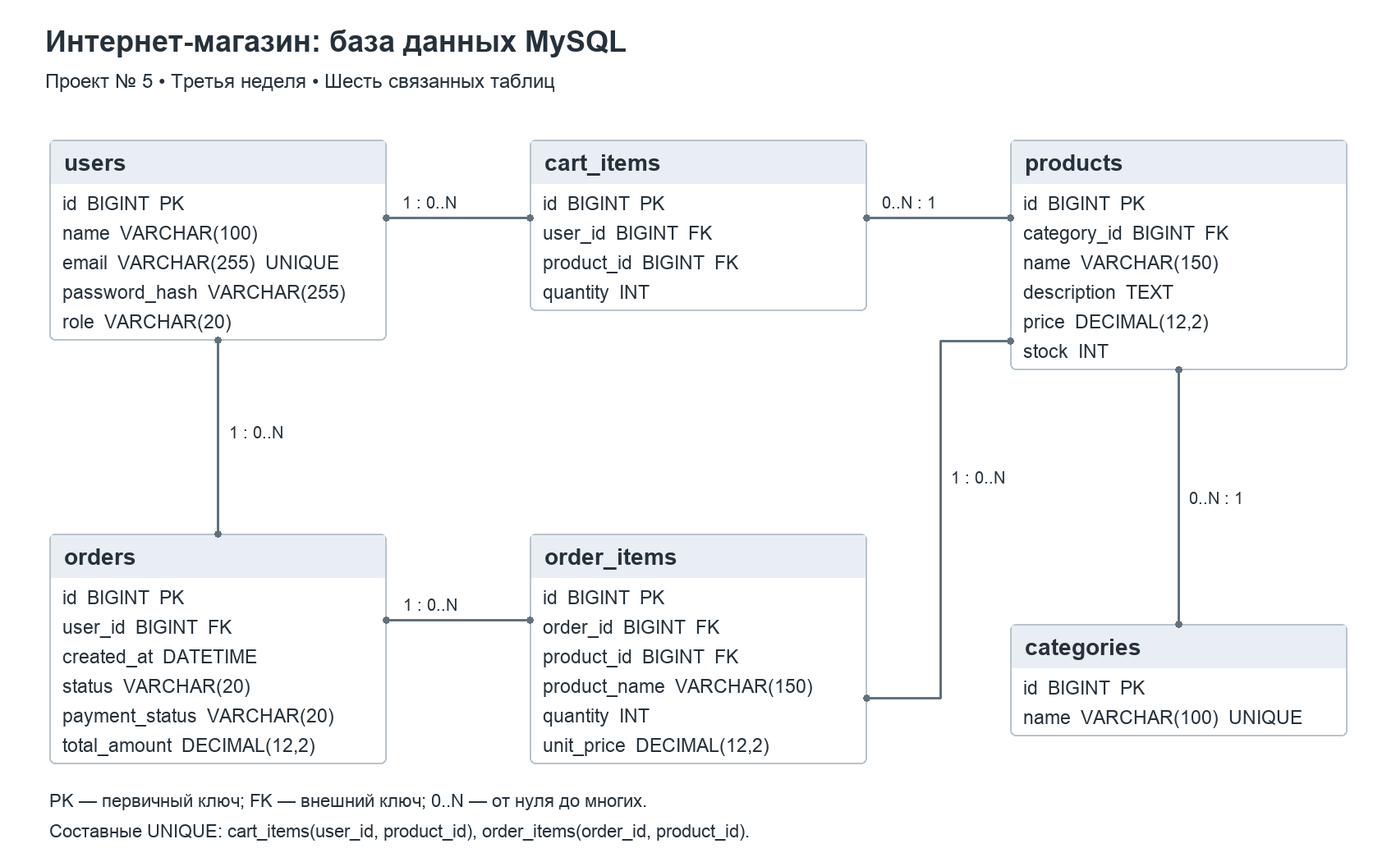
Above: design/database.png in samenov01/techshop-java (Mermaid), before the change. Its source is kept beside it as design/database.mmd.
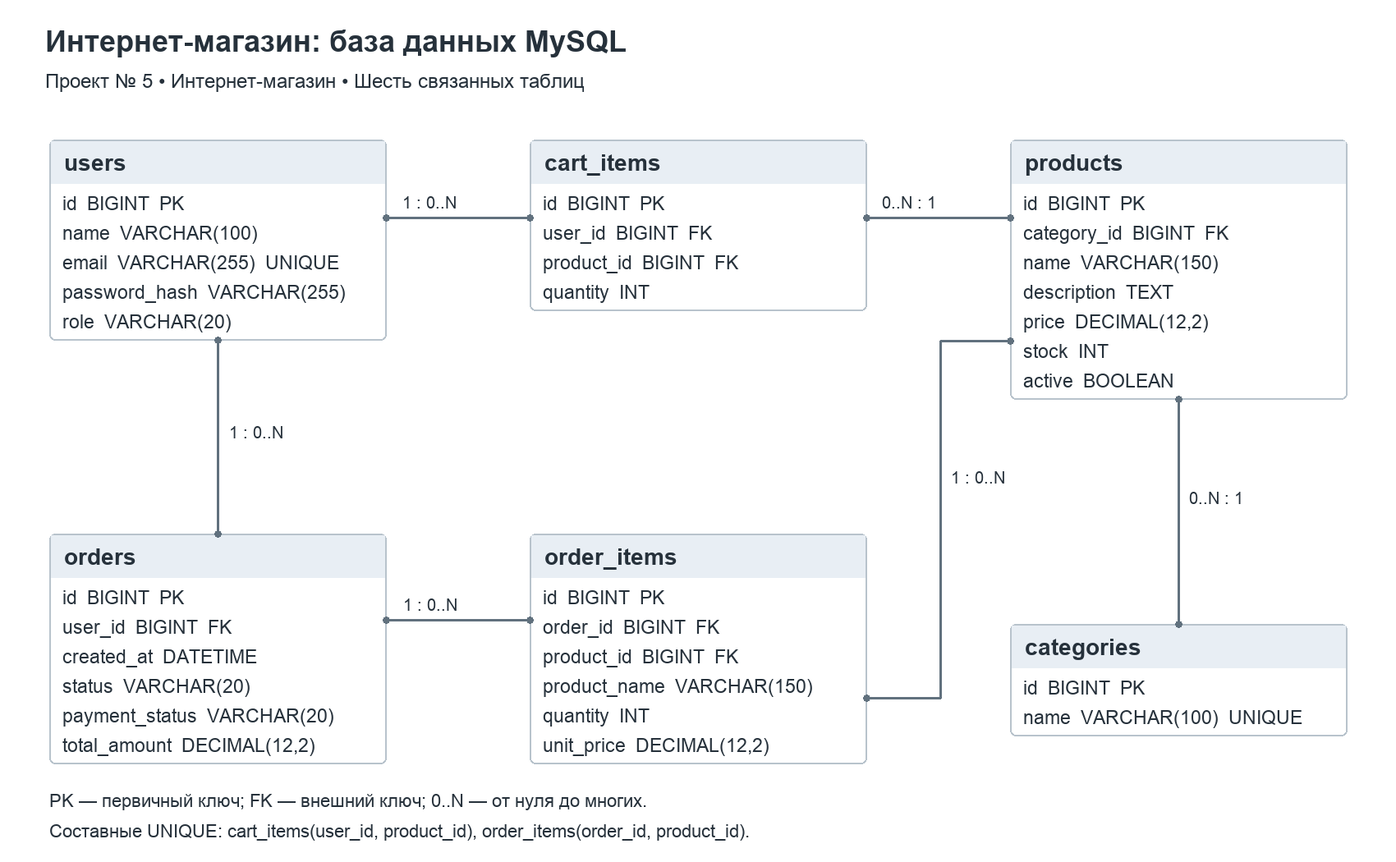
After the change.

Diff of the diagram source:
```diff
@@ -24,6 +24,7 @@
         TEXT description
         DECIMAL price
         INT stock
+        BOOLEAN active
     }
     cart_items {
         BIGINT id PK
```
